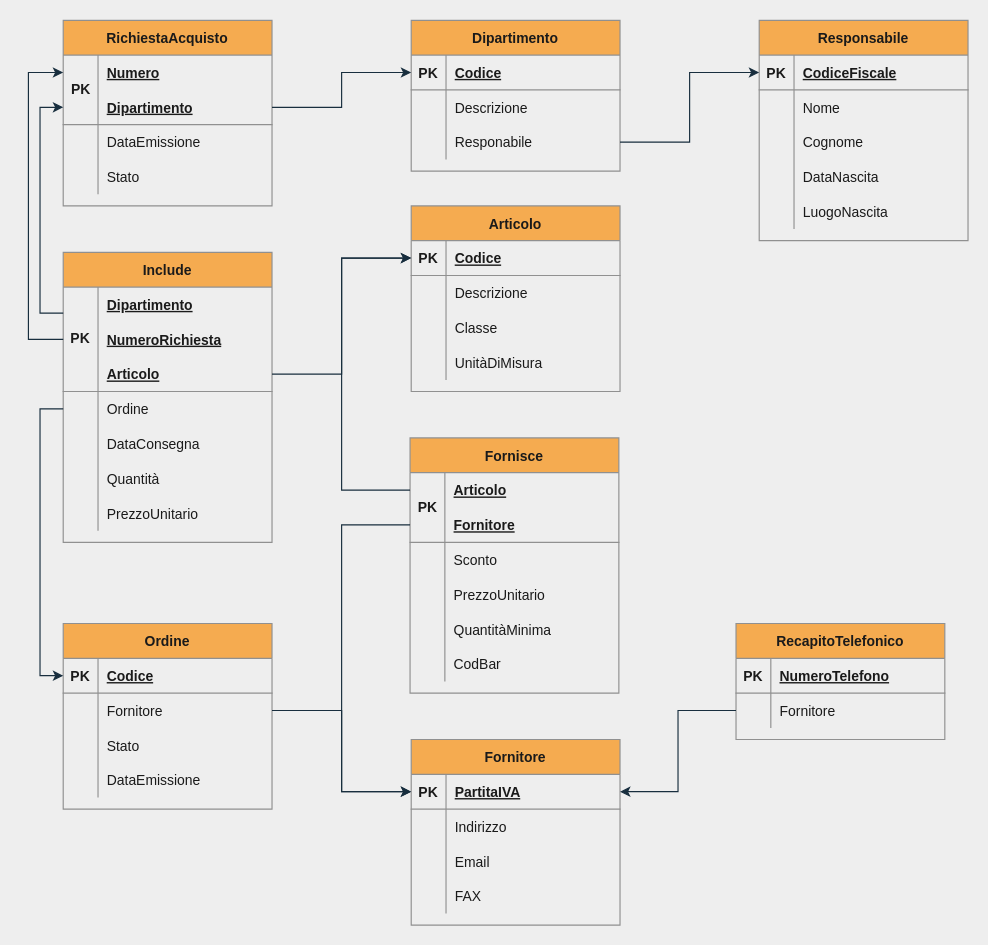
FraBomba6/Progetto_BdD keeps this draw.io diagram as Logical.drawio. Above is the earlier version. Source tidied: cells renumbered, new cells numbered last; positions are measured from the earlier drawing's top-left corner, leaving out a move shared by most shapes. Both pictures are drawn from the tidied source at 116%, with x=0, y=0 at pixel (28, 20).
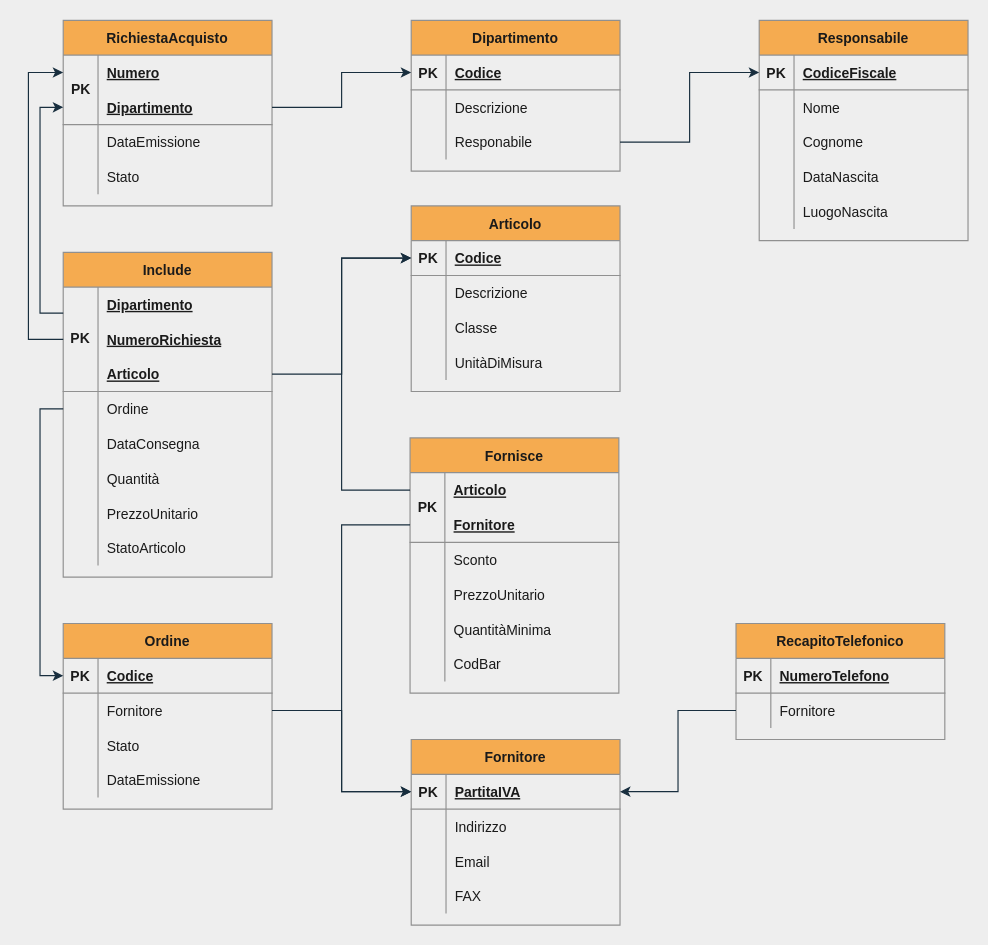
Above is the later version.

What changed in the source:
```diff
@@
     <mxCell id="44" value="Include" style="shape=table;startSize=30;childLayout=tableLayout;rowLines=0;fontStyle=1;align=center;fillColor=#F5AB50;strokeColor=#909090;fontColor=#1A1A1A;" parent="1" vertex="1">
-      <mxGeometry x="30" y="200" width="180" height="250" as="geometry" />
+      <mxGeometry x="30" y="200" width="180" height="280" as="geometry" />
     </mxCell>
@@
+    <mxCell id="141" style="shape=partialRectangle;fillColor=none;top=0;left=0;bottom=0;right=0;strokeColor=#909090;fontColor=#1A1A1A;" parent="44" vertex="1">
+      <mxGeometry y="240" width="180" height="30" as="geometry" />
+    </mxCell>
+    <mxCell id="142" style="shape=partialRectangle;fillColor=none;top=0;left=0;bottom=0;right=0;overflow=hidden;strokeColor=#909090;fontColor=#1A1A1A;" parent="141" vertex="1">
+      <mxGeometry width="30" height="30" as="geometry" />
+    </mxCell>
+    <mxCell id="143" value="StatoArticolo" style="shape=partialRectangle;fillColor=none;top=0;left=0;bottom=0;right=0;align=left;spacingLeft=6;overflow=hidden;strokeColor=#909090;fontColor=#1A1A1A;" parent="141" vertex="1">
+      <mxGeometry x="30" width="150" height="30" as="geometry" />
+    </mxCell>
```
